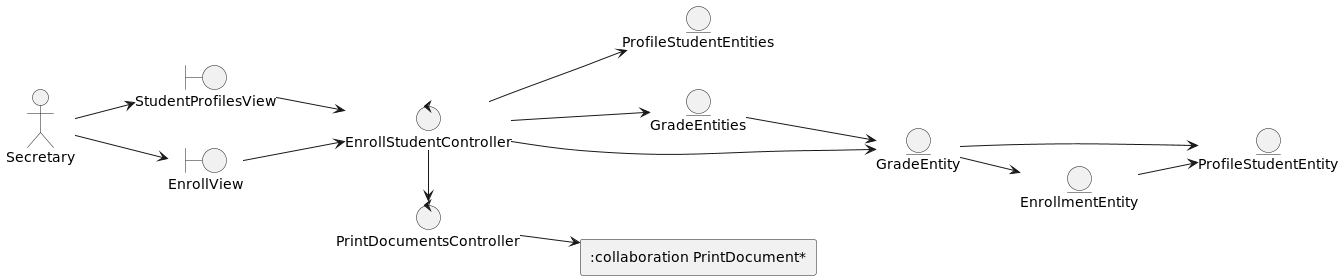
Above: out/DesignView/AnalysisView/UseCaseAnalysis/CU01.EnrollStudent/Classes.CU01.Analysis.png in wsmcbl/wsmcbl.doc (PlantUML), before the change.
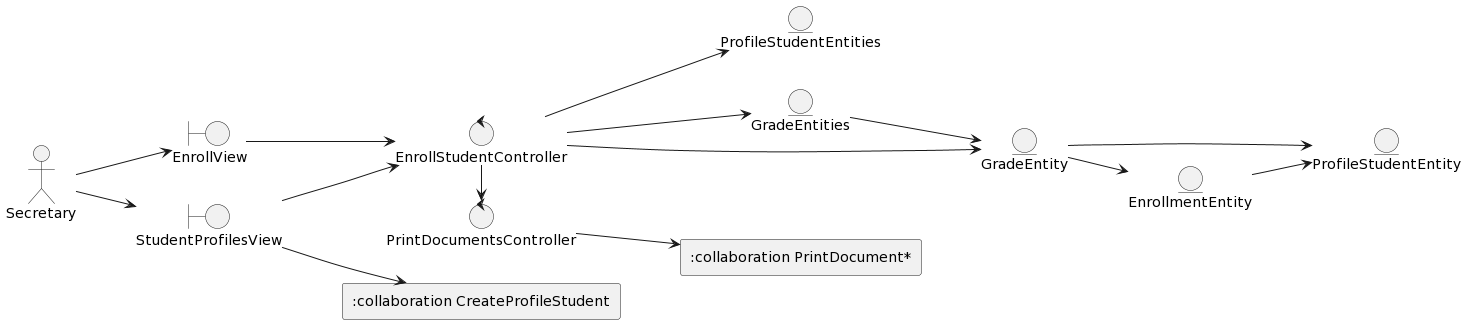
Above is the later version.

Commit message:
Feat: updates analysis use case CU01    Refs: #8

Change to the diagram source:
```diff
@@ -16,12 +16,14 @@
 entity GradeEntity
 
 rectangle ":collaboration PrintDocument*"
+rectangle ":collaboration CreateProfileStudent"
 
 
 Secretary --> StudentProfilesView
 Secretary --> EnrollView
 
 StudentProfilesView --> EnrollStudentController
+StudentProfilesView --> ":collaboration CreateProfileStudent"
 EnrollView --> EnrollStudentController
 
 EnrollStudentController --> ProfileStudentEntities
@@ -36,5 +38,4 @@
 GradeEntities --> GradeEntity
 GradeEntity --> EnrollmentEntity
 GradeEntity --> ProfileStudentEntity
-
 @enduml
```
